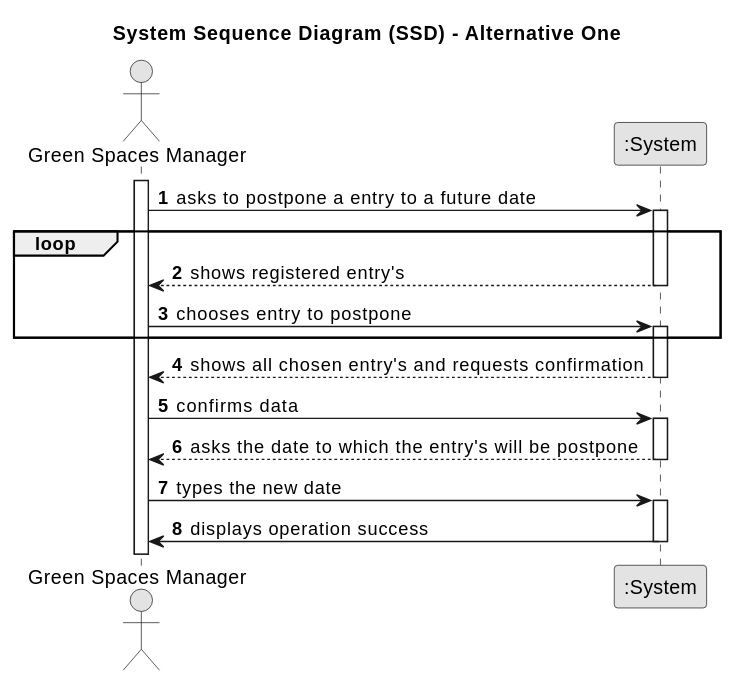
This is docs/sprintC/us024/01.requirements-engineering/svg/us024-system-sequence-diagram-alternative-one.svg from diogoveirospro/lei-24-s2-1dg-g072, a PlantUML export, as it was before one commit.
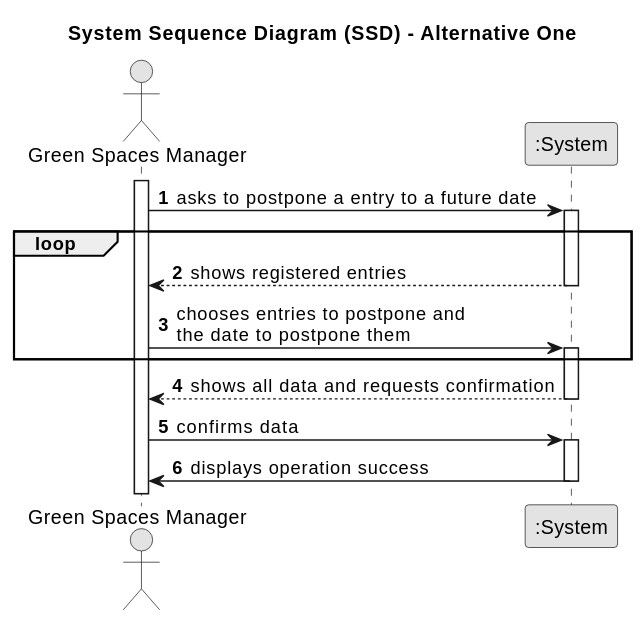
After the commit.

Change to the diagram source:
```diff
@@ -16,23 +16,17 @@
     activate System
 
 loop
-        System --> Employee : shows registered entry's
+        System --> Employee : shows registered entries
     deactivate System
 
-    Employee -> System : chooses entry to postpone
+    Employee -> System : chooses entries to postpone and \nthe date to postpone them
     activate System
 
 end
-        System --> Employee : shows all chosen entry's and requests confirmation
+    System --> Employee : shows all data and requests confirmation
     deactivate System
-    Employee -> System : confirms data
-    activate System
-
-        System --> Employee : asks the date to which the entry's will be postpone
-    deactivate System
-
-    Employee -> System : types the new date
-    activate System
+   Employee -> System : confirms data
+   activate System
         System -> Employee : displays operation success
     deactivate System
 @enduml
```
